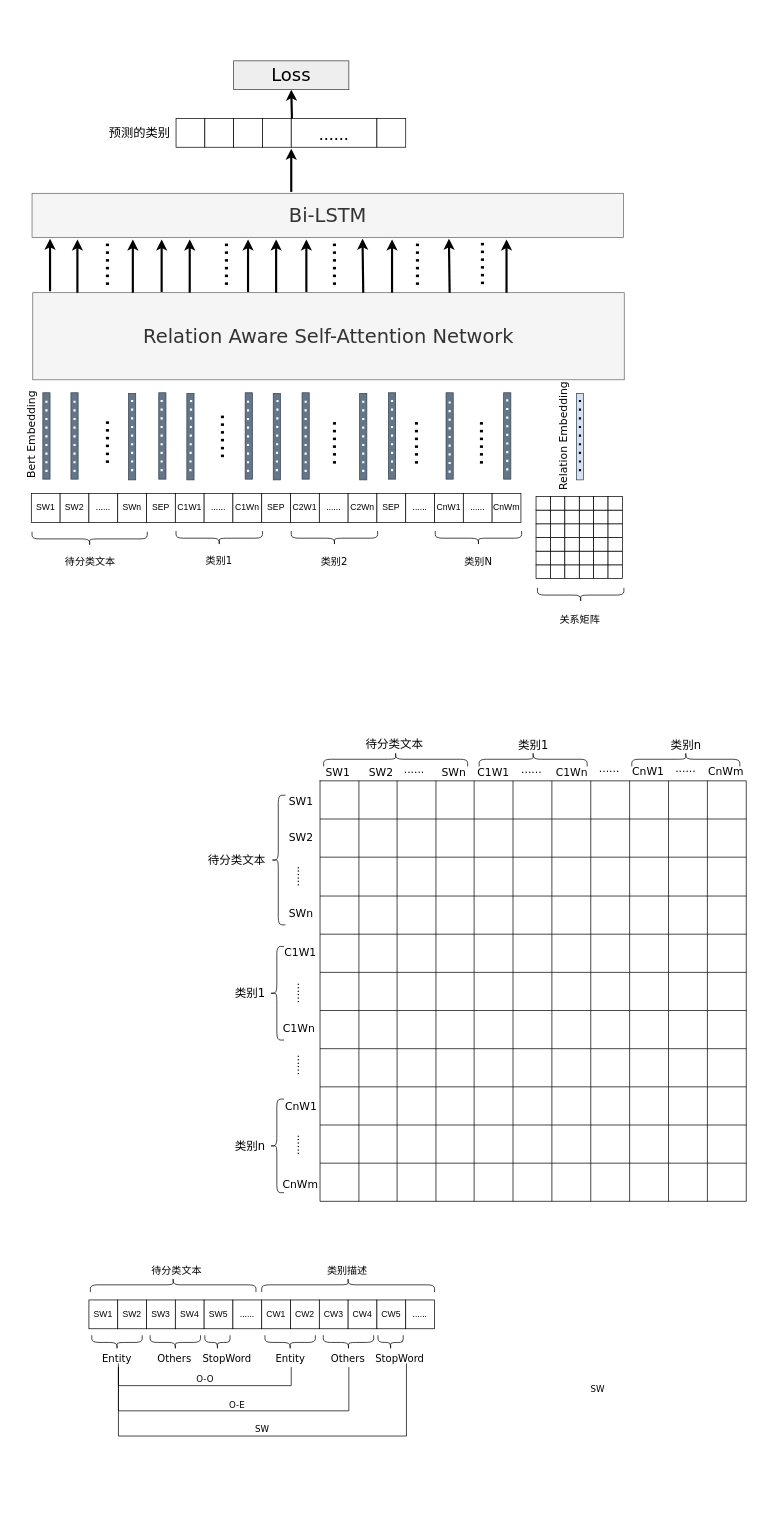
The draw.io diagram multi-label_classification_patent.drawio in CindyZX/drawio_figures, before the edit. Source tidied: cells renumbered, new cells numbered last; positions are measured from the earlier drawing's top-left corner, leaving out a move shared by most shapes. Both pictures are drawn from the tidied source at 72%, with x=0, y=0 at pixel (-27, 60).
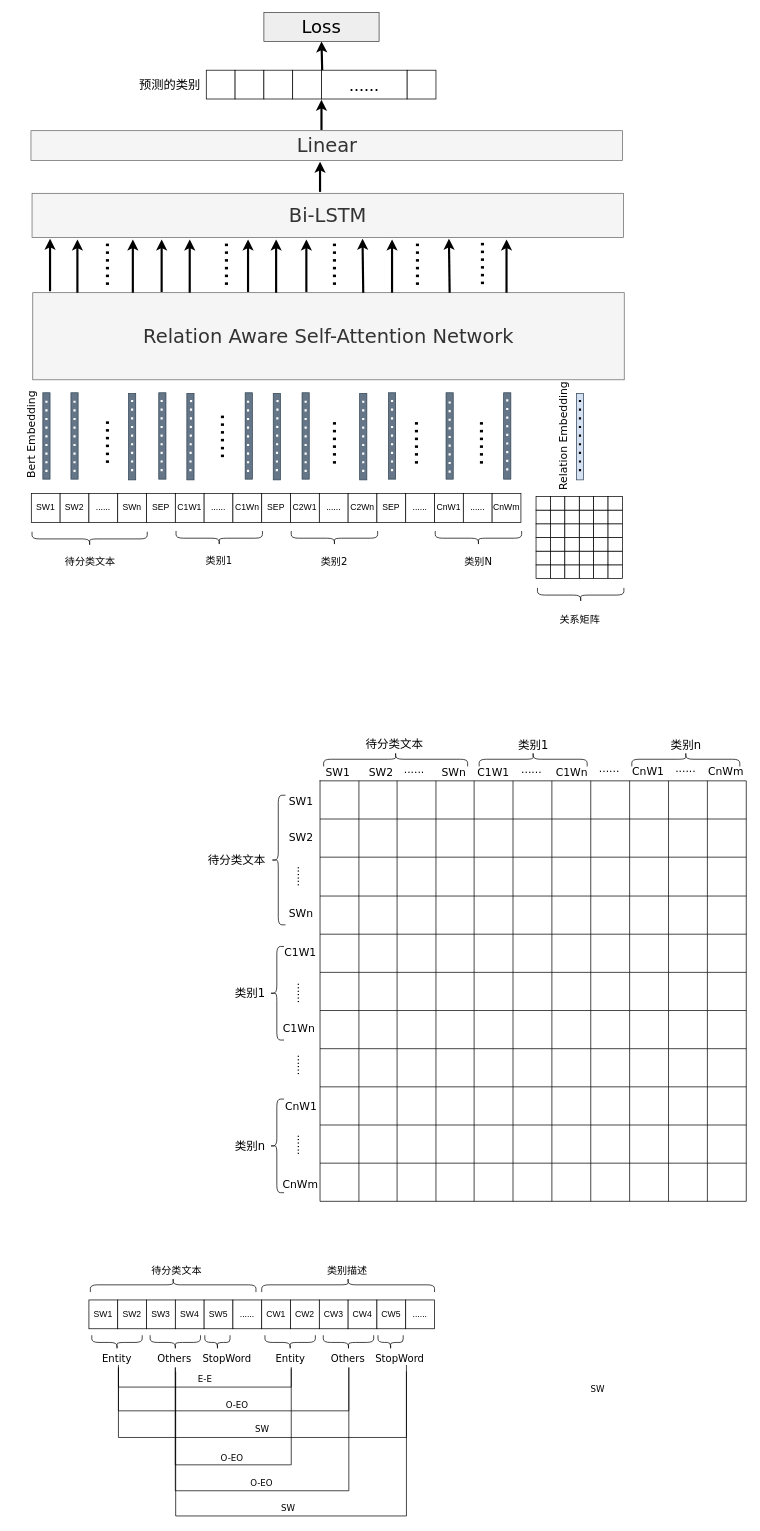
Above is the later version.

The edit, as a diff of the source:
```diff
@@
+    <mxCell id="340" style="shape=partialRectangle;whiteSpace=wrap;html=1;bottom=1;right=1;left=1;top=0;fillColor=none;routingCenterX=-0.5;glass=0;fillStyle=auto;fontFamily=Verdana;fontSize=12;" parent="1" vertex="1">
+      <mxGeometry x="202" y="1815" width="320" height="60" as="geometry" />
+    </mxCell>
+    <mxCell id="342" style="shape=partialRectangle;whiteSpace=wrap;html=1;bottom=1;right=1;left=1;top=0;fillColor=none;routingCenterX=-0.5;glass=0;fillStyle=auto;fontFamily=Verdana;fontSize=12;" parent="1" vertex="1">
+      <mxGeometry x="202" y="1812" width="400" height="100" as="geometry" />
+    </mxCell>
+    <mxCell id="345" style="shape=partialRectangle;whiteSpace=wrap;html=1;bottom=1;right=1;left=1;top=0;fillColor=none;routingCenterX=-0.5;glass=0;fillStyle=auto;fontFamily=Verdana;fontSize=12;" parent="1" vertex="1">
+      <mxGeometry x="281" y="1815" width="161" height="135" as="geometry" />
+    </mxCell>
+    <mxCell id="346" style="shape=partialRectangle;whiteSpace=wrap;html=1;bottom=1;right=1;left=1;top=0;fillColor=none;routingCenterX=-0.5;glass=0;fillStyle=auto;fontFamily=Verdana;fontSize=12;" parent="1" vertex="1">
+      <mxGeometry x="281" y="1816" width="241" height="170" as="geometry" />
+    </mxCell>
+    <mxCell id="347" style="shape=partialRectangle;whiteSpace=wrap;html=1;bottom=1;right=1;left=1;top=0;fillColor=none;routingCenterX=-0.5;glass=0;fillStyle=auto;fontFamily=Verdana;fontSize=12;" parent="1" vertex="1">
+      <mxGeometry x="281.5" y="1821" width="320.5" height="200" as="geometry" />
+    </mxCell>
@@
     <mxCell id="65" style="rounded=0;whiteSpace=wrap;html=1;rotation=-90;" parent="1" vertex="1">
-      <mxGeometry x="282" y="80" width="40" height="40" as="geometry" />
+      <mxGeometry x="324" y="13" width="40" height="40" as="geometry" />
     </mxCell>
     <mxCell id="66" style="endArrow=classic;html=1;rounded=0;strokeColor=#000000;strokeWidth=3;fontFamily=Verdana;fontSize=14;" parent="1" edge="1">
       <mxGeometry relative="1" as="geometry">
-        <mxPoint x="442" y="182" as="sourcePoint" />
-        <mxPoint x="442" y="122" as="targetPoint" />
+        <mxPoint x="482" y="182" as="sourcePoint" />
+        <mxPoint x="482" y="140" as="targetPoint" />
       </mxGeometry>
     </mxCell>
     <mxCell id="67" value="&lt;font style=&quot;font-size: 17px;&quot;&gt;预测的类别&lt;/font&gt;" style="text;html=1;strokeColor=none;fillColor=none;align=center;verticalAlign=middle;whiteSpace=wrap;rounded=0;glass=0;fillStyle=auto;fontFamily=Verdana;fontSize=17;rotation=0;" parent="1" vertex="1">
-      <mxGeometry x="172" y="85" width="119" height="30" as="geometry" />
+      <mxGeometry x="214" y="18" width="119" height="30" as="geometry" />
     </mxCell>
     <mxCell id="68" style="endArrow=classic;html=1;rounded=0;strokeColor=#000000;strokeWidth=3;fontFamily=Verdana;fontSize=17;entryX=0;entryY=0.5;entryDx=0;entryDy=0;" parent="1" edge="1">
       <mxGeometry relative="1" as="geometry">
-        <mxPoint x="443" y="80" as="sourcePoint" />
-        <mxPoint x="442" y="40" as="targetPoint" />
+        <mxPoint x="485" y="13" as="sourcePoint" />
+        <mxPoint x="484" y="-27" as="targetPoint" />
       </mxGeometry>
     </mxCell>
@@
     <mxCell id="137" style="rounded=0;whiteSpace=wrap;html=1;rotation=-90;" parent="1" vertex="1">
-      <mxGeometry x="322" y="80" width="40" height="40" as="geometry" />
+      <mxGeometry x="364" y="13" width="40" height="40" as="geometry" />
     </mxCell>
     <mxCell id="138" style="rounded=0;whiteSpace=wrap;html=1;rotation=-90;" parent="1" vertex="1">
-      <mxGeometry x="362" y="80" width="40" height="40" as="geometry" />
+      <mxGeometry x="404" y="13" width="40" height="40" as="geometry" />
     </mxCell>
     <mxCell id="139" style="rounded=0;whiteSpace=wrap;html=1;rotation=-90;" parent="1" vertex="1">
-      <mxGeometry x="402" y="80" width="40" height="40" as="geometry" />
+      <mxGeometry x="444" y="13" width="40" height="40" as="geometry" />
     </mxCell>
     <mxCell id="140" value="&lt;font style=&quot;font-size: 25px;&quot;&gt;......&lt;/font&gt;" style="rounded=0;whiteSpace=wrap;html=1;rotation=0;" parent="1" vertex="1">
-      <mxGeometry x="442" y="80" width="119" height="40" as="geometry" />
+      <mxGeometry x="484" y="13" width="119" height="40" as="geometry" />
     </mxCell>
     <mxCell id="141" style="rounded=0;whiteSpace=wrap;html=1;rotation=-90;" parent="1" vertex="1">
-      <mxGeometry x="561" y="80" width="40" height="40" as="geometry" />
+      <mxGeometry x="603" y="13" width="40" height="40" as="geometry" />
     </mxCell>
     <mxCell id="142" value="Loss" style="rounded=0;whiteSpace=wrap;html=1;glass=0;fillStyle=auto;fontFamily=Verdana;fontSize=25;fillColor=#eeeeee;strokeColor=#36393d;" parent="1" vertex="1">
-      <mxGeometry x="362" width="160" height="40" as="geometry" />
+      <mxGeometry x="404" y="-67" width="160" height="40" as="geometry" />
     </mxCell>
@@
     <mxCell id="338" style="shape=partialRectangle;whiteSpace=wrap;html=1;bottom=1;right=1;left=1;top=0;fillColor=none;routingCenterX=-0.5;glass=0;fillStyle=auto;fontFamily=Verdana;fontSize=16;" parent="1" vertex="1">
-      <mxGeometry x="202" y="1815" width="240" height="25" as="geometry" />
+      <mxGeometry x="202" y="1817" width="240" height="25" as="geometry" />
     </mxCell>
-    <mxCell id="339" value="&lt;span style=&quot;font-weight: normal;&quot;&gt;&lt;font style=&quot;font-size: 12px;&quot;&gt;O-O&lt;/font&gt;&lt;/span&gt;" style="text;strokeColor=none;fillColor=none;html=1;fontSize=24;fontStyle=1;verticalAlign=middle;align=center;glass=0;fillStyle=auto;fontFamily=Verdana;" parent="1" vertex="1">
+    <mxCell id="339" value="&lt;span style=&quot;font-weight: normal;&quot;&gt;&lt;font style=&quot;font-size: 12px;&quot;&gt;E-E&lt;/font&gt;&lt;/span&gt;" style="text;strokeColor=none;fillColor=none;html=1;fontSize=24;fontStyle=1;verticalAlign=middle;align=center;glass=0;fillStyle=auto;fontFamily=Verdana;" parent="1" vertex="1">
       <mxGeometry x="297" y="1818" width="50" height="20" as="geometry" />
     </mxCell>
-    <mxCell id="340" style="shape=partialRectangle;whiteSpace=wrap;html=1;bottom=1;right=1;left=1;top=0;fillColor=none;routingCenterX=-0.5;glass=0;fillStyle=auto;fontFamily=Verdana;fontSize=12;" parent="1" vertex="1">
-      <mxGeometry x="202" y="1815" width="320" height="60" as="geometry" />
-    </mxCell>
-    <mxCell id="341" value="O-E" style="text;html=1;strokeColor=none;fillColor=none;align=center;verticalAlign=middle;whiteSpace=wrap;rounded=0;glass=0;fillStyle=auto;fontFamily=Verdana;fontSize=12;" parent="1" vertex="1">
+    <mxCell id="341" value="O-EO" style="text;html=1;strokeColor=none;fillColor=none;align=center;verticalAlign=middle;whiteSpace=wrap;rounded=0;glass=0;fillStyle=auto;fontFamily=Verdana;fontSize=12;" parent="1" vertex="1">
       <mxGeometry x="336.5" y="1852" width="60" height="30" as="geometry" />
     </mxCell>
-    <mxCell id="342" style="shape=partialRectangle;whiteSpace=wrap;html=1;bottom=1;right=1;left=1;top=0;fillColor=none;routingCenterX=-0.5;glass=0;fillStyle=auto;fontFamily=Verdana;fontSize=12;" parent="1" vertex="1">
-      <mxGeometry x="202" y="1810" width="400" height="100" as="geometry" />
-    </mxCell>
@@
+    <mxCell id="348" value="O-EO" style="text;html=1;strokeColor=none;fillColor=none;align=center;verticalAlign=middle;whiteSpace=wrap;rounded=0;glass=0;fillStyle=auto;fontFamily=Verdana;fontSize=12;" parent="1" vertex="1">
+      <mxGeometry x="329.5" y="1926" width="60" height="30" as="geometry" />
+    </mxCell>
+    <mxCell id="349" value="O-EO" style="text;html=1;strokeColor=none;fillColor=none;align=center;verticalAlign=middle;whiteSpace=wrap;rounded=0;glass=0;fillStyle=auto;fontFamily=Verdana;fontSize=12;" parent="1" vertex="1">
+      <mxGeometry x="370.5" y="1961" width="60" height="30" as="geometry" />
+    </mxCell>
+    <mxCell id="350" value="SW" style="text;html=1;strokeColor=none;fillColor=none;align=center;verticalAlign=middle;whiteSpace=wrap;rounded=0;glass=0;fillStyle=auto;fontFamily=Verdana;fontSize=12;" parent="1" vertex="1">
+      <mxGeometry x="408" y="1995" width="60" height="30" as="geometry" />
+    </mxCell>
+    <mxCell id="351" value="Linear" style="rounded=0;whiteSpace=wrap;html=1;fontFamily=Verdana;fontSize=27;labelPosition=center;verticalLabelPosition=middle;align=center;verticalAlign=middle;rotation=0;fillStyle=auto;fillColor=#f5f5f5;fontColor=#333333;strokeColor=#666666;glass=0;" parent="1" vertex="1">
+      <mxGeometry x="80.5" y="97" width="821.5" height="41.4" as="geometry" />
+    </mxCell>
+    <mxCell id="352" style="endArrow=classic;html=1;rounded=0;strokeColor=#000000;strokeWidth=3;fontFamily=Verdana;fontSize=14;" parent="1" edge="1">
+      <mxGeometry relative="1" as="geometry">
+        <mxPoint x="484" y="96" as="sourcePoint" />
+        <mxPoint x="484" y="54" as="targetPoint" />
+      </mxGeometry>
+    </mxCell>
```
